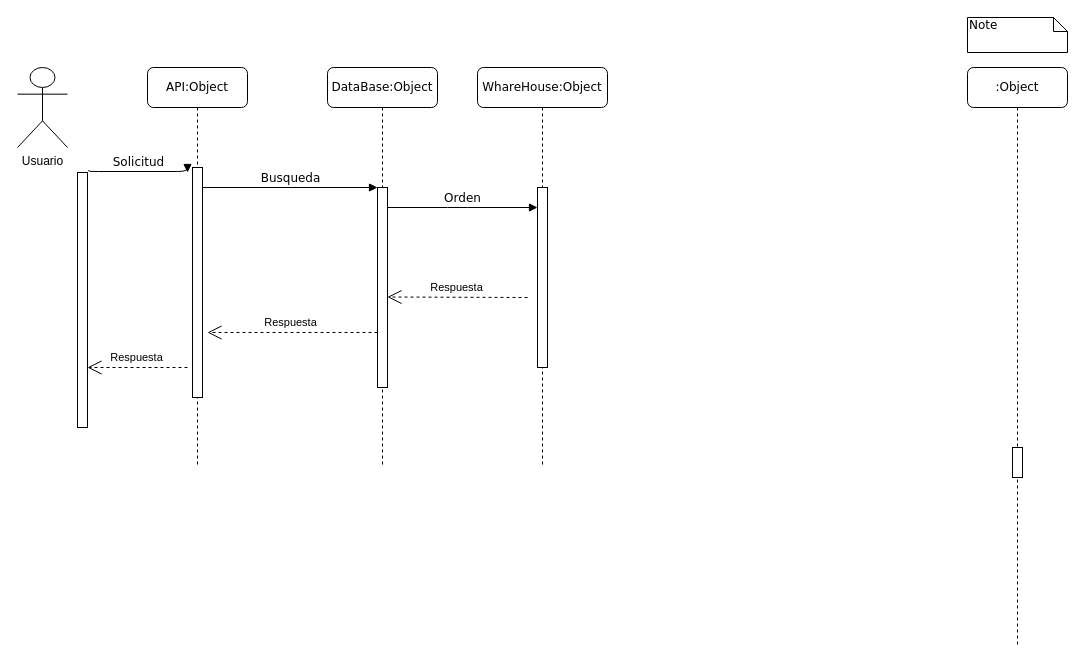
This is Imagenes/Untitled Diagram.drawio from acostasaul98/Analisis-Avanzado-de-Software, a draw.io file, before an edit. Source tidied: cells renumbered, new cells numbered last; positions are measured from the earlier drawing's top-left corner, leaving out a move shared by most shapes. Both pictures are drawn from the tidied source at 100%, with x=0, y=0 at pixel (17, 17).
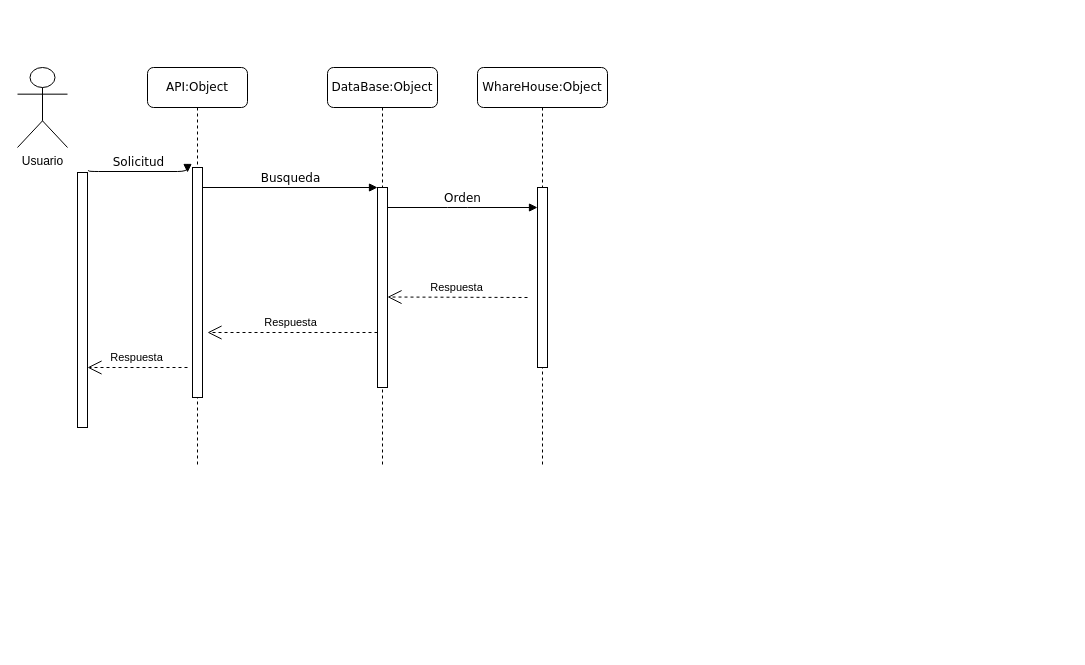
Above is the later version.

Commit message:
dirgrama de secuencia

What changed in the source:
```diff
@@
-    <mxCell id="6" value=":Object" style="shape=umlLifeline;perimeter=lifelinePerimeter;whiteSpace=wrap;html=1;rounded=1;shadow=0;comic=0;labelBackgroundColor=none;strokeWidth=1;fontFamily=Verdana;fontSize=12;align=center;" parent="1" vertex="1">
-      <mxGeometry x="950" y="50" width="100" height="580" as="geometry" />
-    </mxCell>
@@
-    <mxCell id="10" style="html=1;perimeter=orthogonalPerimeter;rounded=0;shadow=0;comic=0;labelBackgroundColor=none;strokeColor=#000000;strokeWidth=1;fillColor=#FFFFFF;fontFamily=Verdana;fontSize=12;fontColor=#000000;align=center;" parent="1" vertex="1">
-      <mxGeometry x="995" y="430" width="10" height="30" as="geometry" />
-    </mxCell>
@@
-    <mxCell id="12" value="Note" style="shape=note;whiteSpace=wrap;html=1;size=14;verticalAlign=top;align=left;spacingTop=-6;rounded=0;shadow=0;comic=0;labelBackgroundColor=none;strokeWidth=1;fontFamily=Verdana;fontSize=12;" parent="1" vertex="1">
-      <mxGeometry x="950" width="100" height="35" as="geometry" />
-    </mxCell>
```
